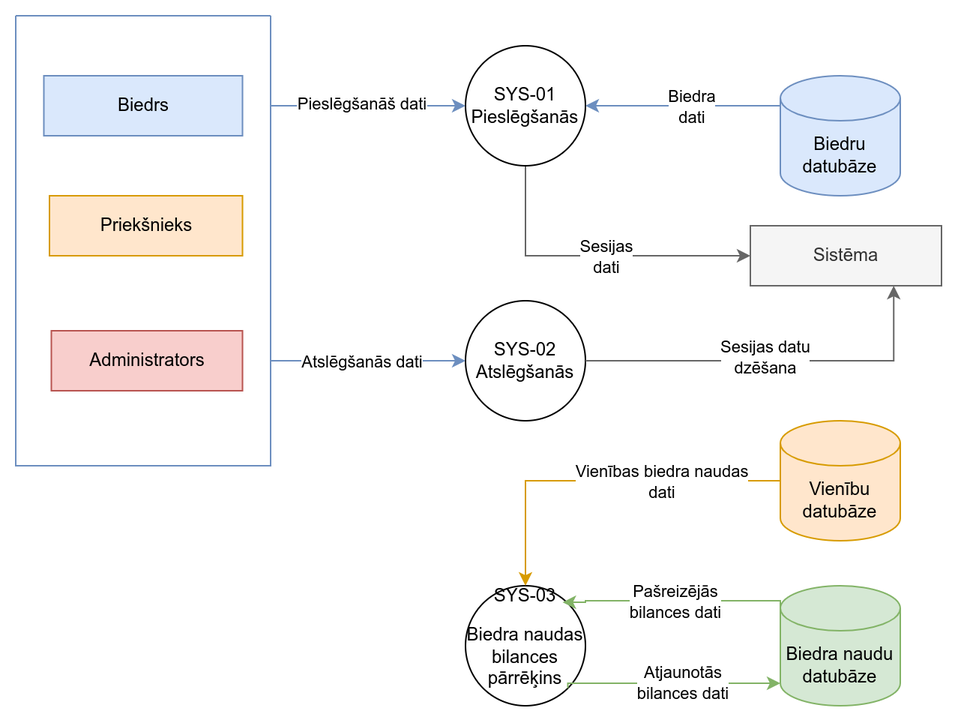
Above: Documentation/2_limena_SYS_DPD.png in JekabsVanags/LSGCO_IS (draw.io), before the change. Source tidied: cells renumbered, new cells last; positions are measured from the earlier drawing's top-left corner, leaving out a move shared by most shapes.
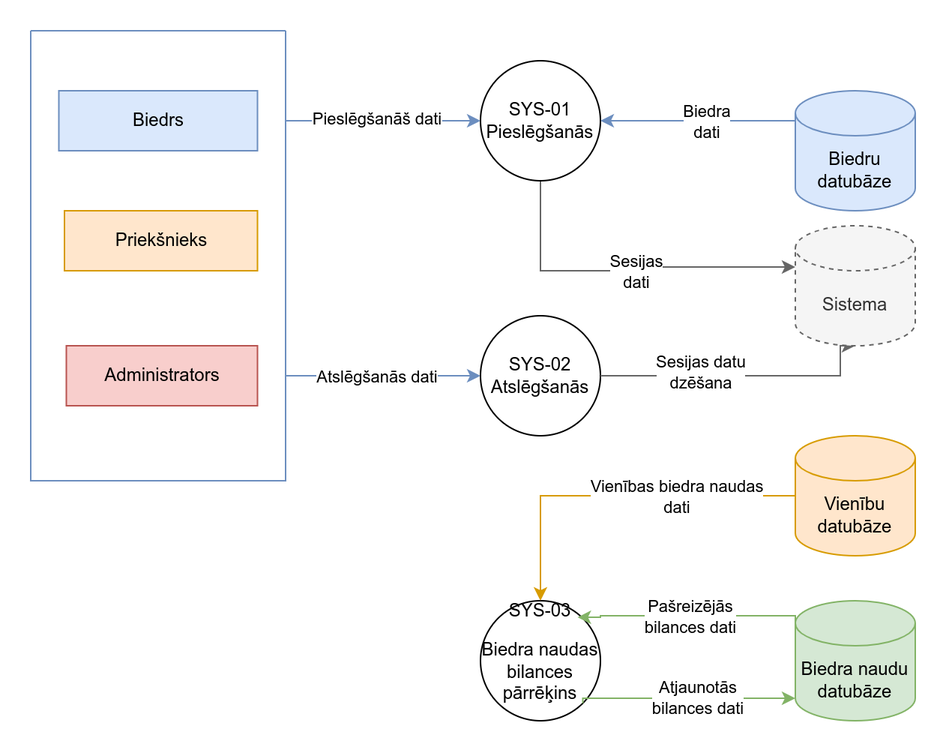
After the change.

The edit, as a diff of the source:
```diff
@@ -2,11 +2,13 @@
   <root>
     <mxCell id="0" />
     <mxCell id="1" parent="0" />
-    <mxCell id="2" style="edgeStyle=orthogonalEdgeStyle;rounded=0;jettySize=auto;html=1;exitX=0;exitY=1;exitDx=0;exitDy=0;fillColor=#f5f5f5;strokeColor=#666666;entryX=0;entryY=0.5;entryDx=0;entryDy=0;" parent="1" edge="1" source="4" target="18">
+    <mxCell id="2" style="edgeStyle=orthogonalEdgeStyle;rounded=0;jettySize=auto;html=1;exitX=0;exitY=1;exitDx=0;exitDy=0;fillColor=#f5f5f5;strokeColor=#666666;entryX=0;entryY=0;entryDx=0;entryDy=27.5;entryPerimeter=0;" parent="1" edge="1" source="4" target="29">
       <mxGeometry relative="1" as="geometry">
         <Array as="points">
           <mxPoint x="340" y="88" />
           <mxPoint x="340" y="160" />
+          <mxPoint x="420" y="160" />
+          <mxPoint x="420" y="158" />
         </Array>
       </mxGeometry>
     </mxCell>
@@ -75,16 +77,14 @@
     <mxCell id="17" value="Biedra naudu datubāze" style="shape=cylinder3;whiteSpace=wrap;html=1;boundedLbl=1;backgroundOutline=1;size=15;fillColor=#d5e8d4;strokeColor=#82b366;" parent="1" vertex="1">
       <mxGeometry x="510" y="380" width="80" height="80" as="geometry" />
     </mxCell>
-    <mxCell id="18" value="Sistēma" style="rounded=0;whiteSpace=wrap;html=1;fillColor=#f5f5f5;strokeColor=#666666;fontColor=#333333;" parent="1" vertex="1">
-      <mxGeometry x="490" y="140" width="127.5" height="40" as="geometry" />
-    </mxCell>
     <mxCell id="19" value="SYS-03&lt;br&gt;&lt;p&gt;Biedra naudas bilances pārrēķins&lt;/p&gt;" style="ellipse;whiteSpace=wrap;html=1;" parent="1" vertex="1">
       <mxGeometry x="300" y="380" width="80" height="80" as="geometry" />
     </mxCell>
-    <mxCell id="20" style="edgeStyle=orthogonalEdgeStyle;rounded=0;jettySize=auto;html=1;fillColor=#f5f5f5;strokeColor=#666666;entryX=0.75;entryY=1;entryDx=0;entryDy=0;exitX=1;exitY=0.5;exitDx=0;exitDy=0;" parent="1" edge="1" source="5" target="18">
+    <mxCell id="20" style="edgeStyle=orthogonalEdgeStyle;rounded=0;jettySize=auto;html=1;fillColor=#f5f5f5;strokeColor=#666666;entryX=0.5;entryY=1;entryDx=0;entryDy=0;exitX=1;exitY=0.5;exitDx=0;exitDy=0;entryPerimeter=0;" parent="1" edge="1" source="5" target="29">
       <mxGeometry relative="1" as="geometry">
         <Array as="points">
-          <mxPoint x="586" y="230" />
+          <mxPoint x="540" y="230" />
+          <mxPoint x="540" y="210" />
         </Array>
       </mxGeometry>
     </mxCell>
@@ -129,5 +129,8 @@
     <mxCell id="28" value="Vienību datubāze" style="shape=cylinder3;whiteSpace=wrap;html=1;boundedLbl=1;backgroundOutline=1;size=15;fillColor=#ffe6cc;strokeColor=#d79b00;" parent="1" vertex="1">
       <mxGeometry x="510" y="270" width="80" height="80" as="geometry" />
     </mxCell>
+    <mxCell id="29" value="Sistema" style="shape=cylinder3;whiteSpace=wrap;html=1;boundedLbl=1;backgroundOutline=1;size=15;dashed=1;fillColor=#f5f5f5;fontColor=#333333;strokeColor=#666666;" parent="1" vertex="1">
+      <mxGeometry x="510" y="130" width="80" height="80" as="geometry" />
+    </mxCell>
   </root>
 </mxGraphModel>
```
